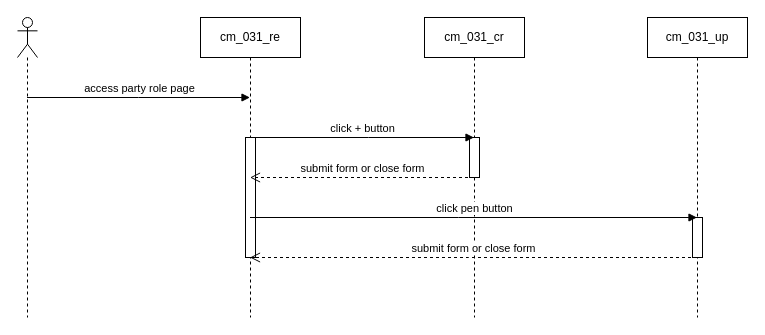
ssszZ-TH/party_fullstack_docker3 keeps this draw.io diagram as page "32 party role" (33 of 37) of docs/artifact/AllPage/drawio_file/sequence_diagram_page.drawio. Above is the earlier version. Source tidied: cells renumbered, new cells numbered last; positions are measured from the earlier drawing's top-left corner, leaving out a move shared by most shapes. Both pictures are drawn from the tidied source at 100%, with x=0, y=0 at pixel (17, 17).
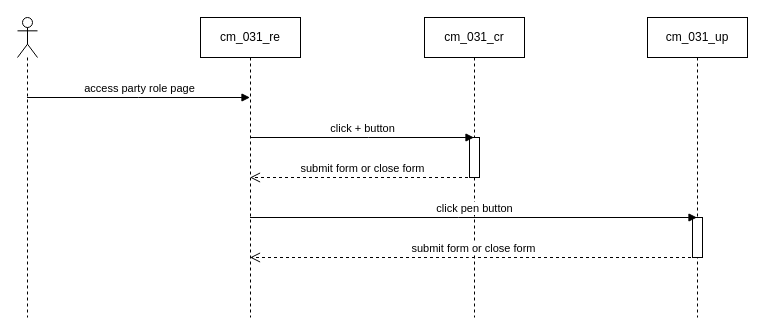
The same diagram, later.

The change refers to these unchanged cells:
```xml
<mxCell id="3" value="cm_031_re" style="shape=umlLifeline;perimeter=lifelinePerimeter;whiteSpace=wrap;html=1;outlineConnect=0;portConstraint=eastwest;newEdgeStyle={&quot;curved&quot;:0,&quot;rounded&quot;:0};" parent="1" vertex="1">
  <mxGeometry x="183" width="100" height="300" as="geometry" />
</mxCell>
```

What changed in the source:
```diff
@@
-    <mxCell id="4" style="html=1;perimeter=orthogonalPerimeter;targetShapes=umlLifeline;newEdgeStyle={&quot;curved&quot;:0,&quot;rounded&quot;:0};" parent="3" vertex="1">
-      <mxGeometry x="45" y="120" width="10" height="120" as="geometry" />
-    </mxCell>
```
